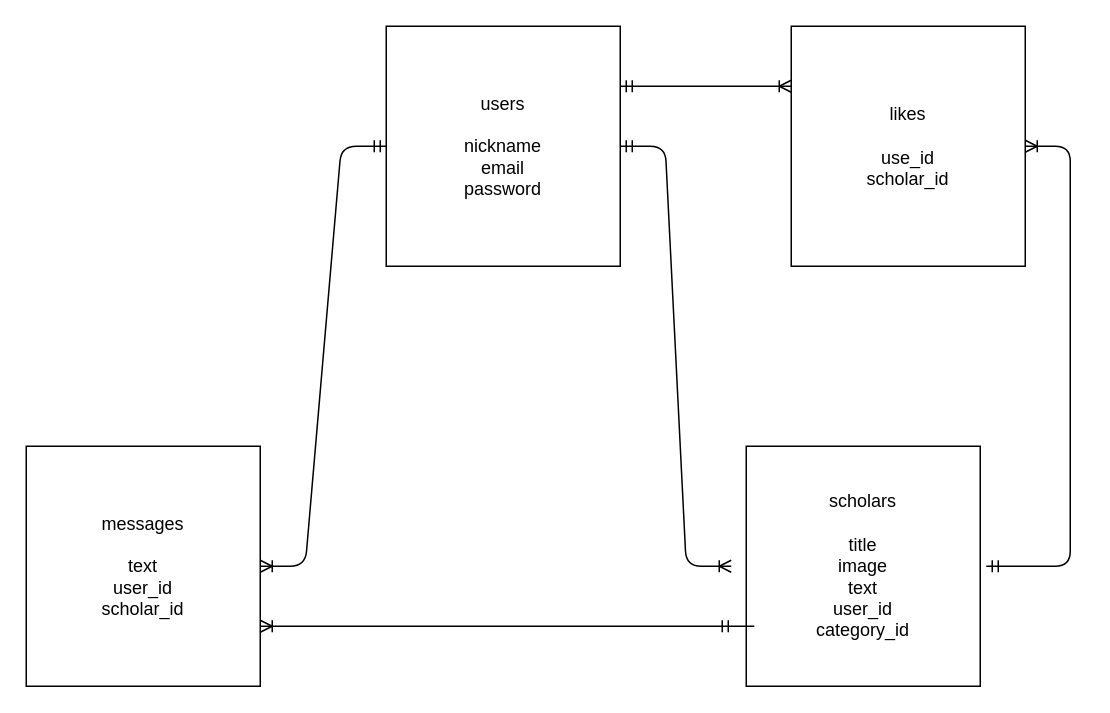
Before: scholar.dio in tech-zack/scholar-34547, a draw.io diagram. Source tidied: cells renumbered, new cells numbered last; positions are measured from the earlier drawing's top-left corner, leaving out a move shared by most shapes. Both pictures are drawn from the tidied source at 150%, with x=0, y=0 at pixel (26, 26).
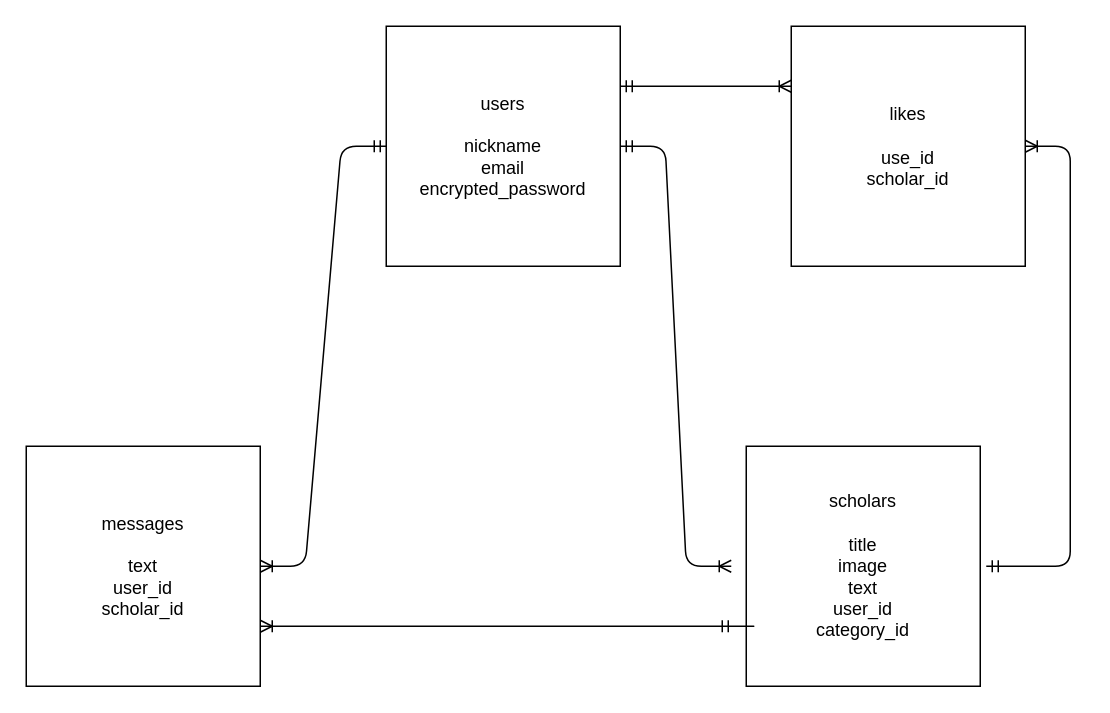
Above is the later version.

The edit, as a diff of the source:
```diff
@@
 <mxGraphModel>
   <root>
     <mxCell id="0" />
     <mxCell id="1" parent="0" />
-    <mxCell id="2" value="users&lt;br&gt;&lt;br&gt;nickname&lt;br&gt;email&lt;br&gt;password&lt;br&gt;" style="whiteSpace=wrap;html=1;align=center;" parent="1" vertex="1">
+    <mxCell id="2" value="users&lt;br&gt;&lt;br&gt;nickname&lt;br&gt;email&lt;br&gt;encrypted_password" style="whiteSpace=wrap;html=1;align=center;" parent="1" vertex="1">
       <mxGeometry x="240" width="156" height="160" as="geometry" />
     </mxCell>
     <mxCell id="3" value="messages&lt;br&gt;&lt;br&gt;text&lt;br&gt;user_id&lt;br&gt;scholar_id" style="whiteSpace=wrap;html=1;align=center;" parent="1" vertex="1">
       <mxGeometry y="280" width="156" height="160" as="geometry" />
     </mxCell>
     <mxCell id="4" value="scholars&lt;br&gt;&lt;br&gt;title&lt;br&gt;image&lt;br&gt;text&lt;br&gt;user_id&lt;br&gt;category_id" style="whiteSpace=wrap;html=1;align=center;" parent="1" vertex="1">
       <mxGeometry x="480" y="280" width="156" height="160" as="geometry" />
     </mxCell>
     <mxCell id="5" style="edgeStyle=entityRelationEdgeStyle;fontSize=12;html=1;endArrow=ERoneToMany;startArrow=ERmandOne;" parent="1" edge="1">
       <mxGeometry relative="1" as="geometry">
         <mxPoint x="396" y="80" as="sourcePoint" />
         <mxPoint x="470" y="360" as="targetPoint" />
       </mxGeometry>
     </mxCell>
     <mxCell id="6" style="edgeStyle=entityRelationEdgeStyle;fontSize=12;html=1;endArrow=ERoneToMany;startArrow=ERmandOne;exitX=0;exitY=0.5;exitDx=0;exitDy=0;" parent="1" edge="1" source="2" target="3">
       <mxGeometry relative="1" as="geometry" />
     </mxCell>
     <mxCell id="7" value="likes&lt;br&gt;&lt;br&gt;use_id&lt;br&gt;scholar_id" style="whiteSpace=wrap;html=1;align=center;" parent="1" vertex="1">
       <mxGeometry x="510" width="156" height="160" as="geometry" />
     </mxCell>
     <mxCell id="8" style="edgeStyle=entityRelationEdgeStyle;fontSize=12;html=1;endArrow=ERoneToMany;startArrow=ERmandOne;entryX=1;entryY=0.75;entryDx=0;entryDy=0;" parent="1" edge="1" target="3">
       <mxGeometry relative="1" as="geometry">
         <mxPoint x="460" y="400" as="sourcePoint" />
       </mxGeometry>
     </mxCell>
     <mxCell id="9" style="edgeStyle=entityRelationEdgeStyle;fontSize=12;html=1;endArrow=ERoneToMany;startArrow=ERmandOne;entryX=0;entryY=0.25;entryDx=0;entryDy=0;" parent="1" edge="1" target="7">
       <mxGeometry relative="1" as="geometry">
         <mxPoint x="396" y="40" as="sourcePoint" />
       </mxGeometry>
     </mxCell>
     <mxCell id="10" style="edgeStyle=entityRelationEdgeStyle;fontSize=12;html=1;endArrow=ERoneToMany;startArrow=ERmandOne;" parent="1" edge="1" target="7">
       <mxGeometry relative="1" as="geometry">
         <mxPoint x="640" y="360" as="sourcePoint" />
       </mxGeometry>
     </mxCell>
   </root>
 </mxGraphModel>
```
